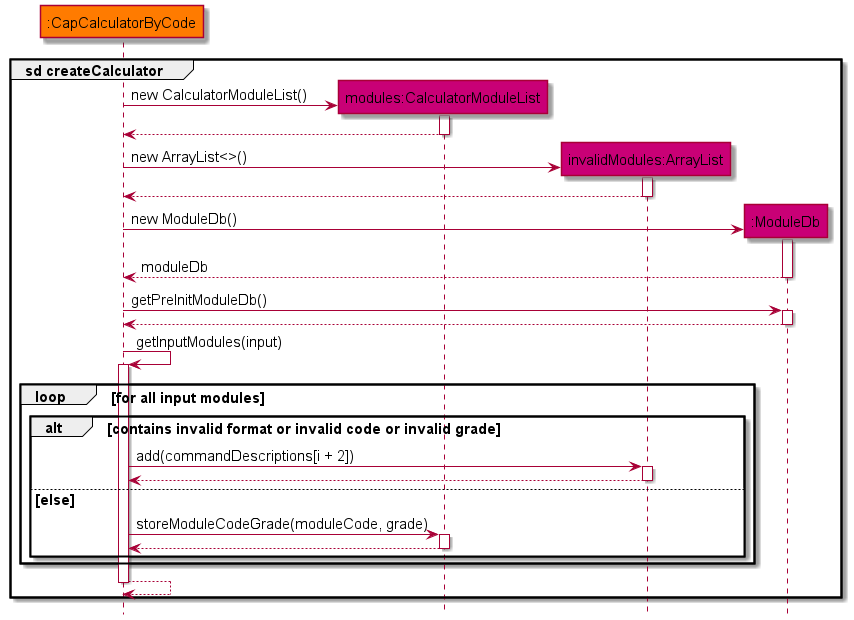
This is docs/assets/images/capCodeSeq2.png from shyamgj1900/tp, a PlantUML export, as it was before one commit. Source of this version:
```plantuml
@startuml

!include Style.puml

hide footbox

participant ":CapCalculatorByCode" as calculator CAPCALCULATOR_COLOR
participant "modules:CalculatorModuleList" as modules MODULE_COLOR
participant "invalidModules:ArrayList" as invalidModules MODULE_COLOR
participant ":ModuleDb" as moduleDb MODULE_COLOR

group sd createCalculator

create modules
calculator -> modules : new CalculatorModuleList()
activate modules

modules --> calculator
deactivate modules

create invalidModules
calculator -> invalidModules : new ArrayList<>()
activate invalidModules

invalidModules --> calculator
deactivate invalidModules

create moduleDb
calculator -> moduleDb : new ModuleDb()
activate moduleDb

moduleDb --> calculator : moduleDb
deactivate moduleDb

calculator -> moduleDb : getPreInitModuleDb()
activate moduleDb

moduleDb --> calculator
deactivate moduleDb

calculator -> calculator : getInputModules(input)
activate calculator

loop for all input modules

alt contains invalid format or invalid code or invalid grade

calculator -> invalidModules : add(commandDescriptions[i + 2])
activate invalidModules

invalidModules --> calculator
deactivate invalidModules

else else
calculator -> modules : storeModuleCodeGrade(moduleCode, grade)
activate modules

modules --> calculator
deactivate modules

end

end

calculator --> calculator
deactivate calculator

end

@enduml
```
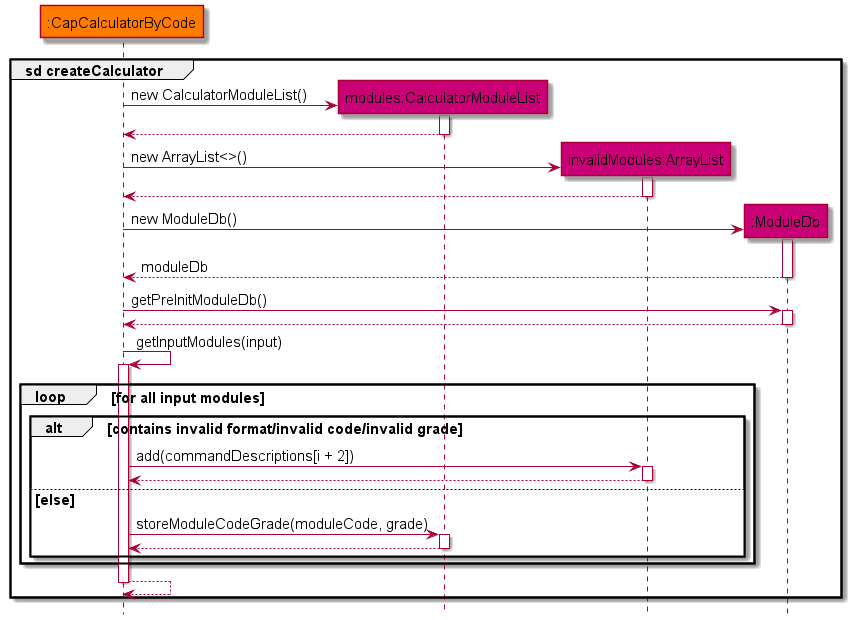
After the commit.

Commit message:
Edit cap calculator sequence diagram

Change to the diagram source:
```diff
@@ -43,7 +43,7 @@
 
 loop for all input modules
 
-alt contains invalid format or invalid code or invalid grade
+alt contains invalid format/invalid code/invalid grade
 
 calculator -> invalidModules : add(commandDescriptions[i + 2])
 activate invalidModules
```
